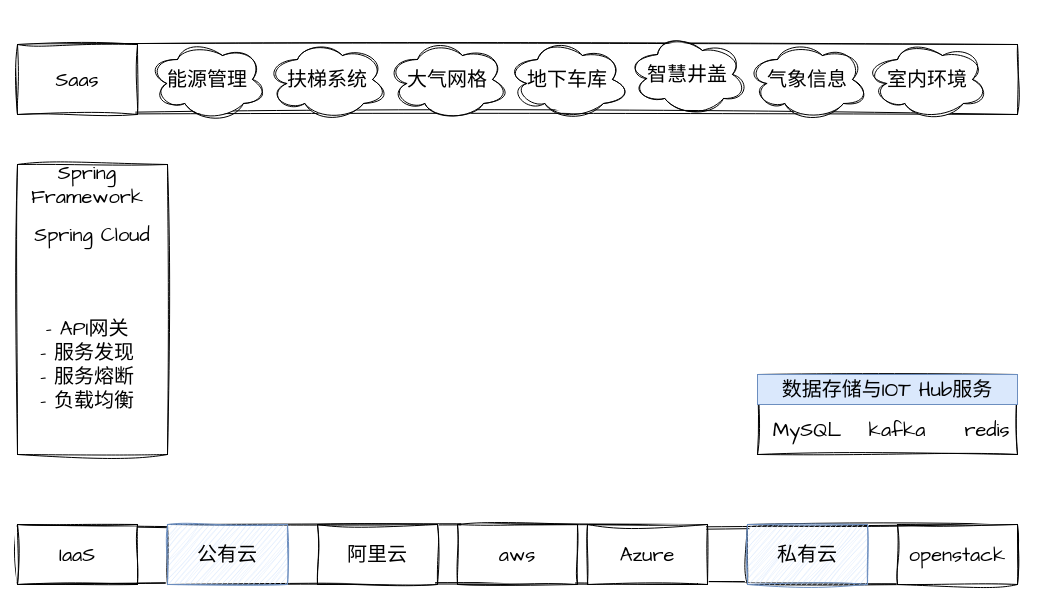
This is page "pass" (2 of 3) of qiwu.drawio from viking-wj/software, a draw.io file, before an edit. Source tidied: cells renumbered, new cells numbered last; positions are measured from the earlier drawing's top-left corner, leaving out a move shared by most shapes. Both pictures are drawn from the tidied source at 100%, with x=0, y=0 at pixel (17, 34).
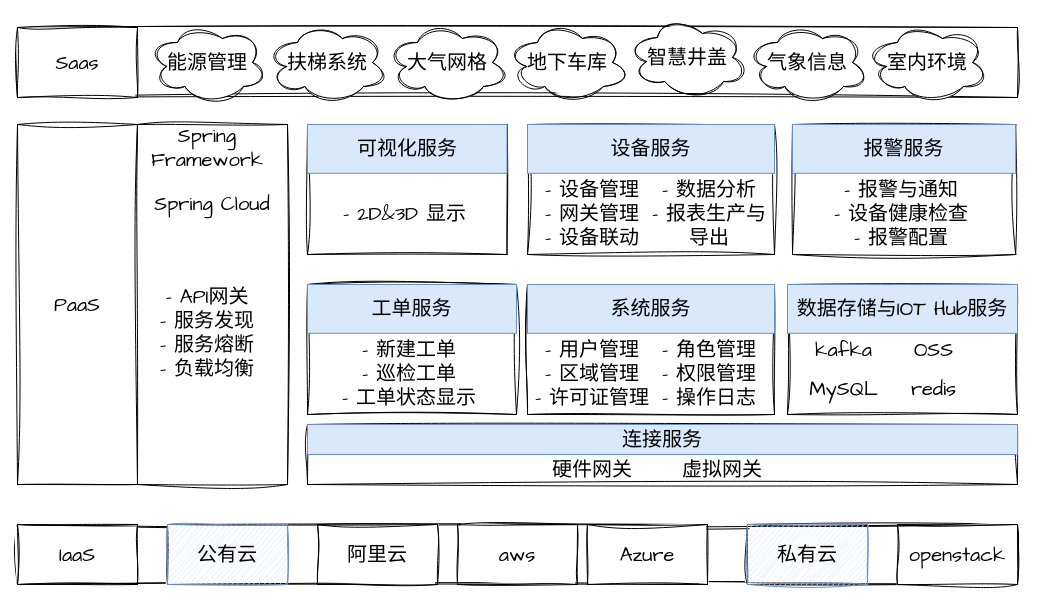
Above is the later version.

The edit, as a diff of the source:
```diff
@@
     <mxCell id="2" style="group;" parent="1" vertex="1">
-      <mxGeometry x="740" y="340" width="260" height="80" as="geometry" />
+      <mxGeometry x="770" y="250" width="230" height="130" as="geometry" />
     </mxCell>
     <mxCell id="3" style="rounded=0;whiteSpace=wrap;html=1;sketch=1;hachureGap=4;jiggle=2;curveFitting=1;fontFamily=Architects Daughter;fontSize=20;" parent="2" vertex="1">
-      <mxGeometry width="260" height="80" as="geometry" />
+      <mxGeometry width="230" height="130" as="geometry" />
     </mxCell>
     <mxCell id="4" value="MySQL" style="text;html=1;strokeColor=none;fillColor=none;align=center;verticalAlign=middle;whiteSpace=wrap;rounded=0;fontSize=20;fontFamily=Architects Daughter;" parent="2" vertex="1">
-      <mxGeometry x="20" y="40" width="60" height="30" as="geometry" />
+      <mxGeometry x="30" y="80" width="53.1" height="48.8" as="geometry" />
     </mxCell>
     <mxCell id="5" value="kafka" style="text;html=1;strokeColor=none;fillColor=none;align=center;verticalAlign=middle;whiteSpace=wrap;rounded=0;fontSize=20;fontFamily=Architects Daughter;" parent="2" vertex="1">
-      <mxGeometry x="110" y="40" width="60" height="30" as="geometry" />
+      <mxGeometry x="30" y="40.6" width="53.1" height="48.8" as="geometry" />
     </mxCell>
     <mxCell id="6" value="redis" style="text;html=1;strokeColor=none;fillColor=none;align=center;verticalAlign=middle;whiteSpace=wrap;rounded=0;fontSize=20;fontFamily=Architects Daughter;" parent="2" vertex="1">
-      <mxGeometry x="200" y="40" width="60" height="30" as="geometry" />
+      <mxGeometry x="120" y="80" width="53.1" height="48.8" as="geometry" />
     </mxCell>
     <mxCell id="7" value="数据存储与IOT Hub服务" style="text;html=1;strokeColor=#6c8ebf;fillColor=#dae8fc;align=center;verticalAlign=middle;whiteSpace=wrap;rounded=0;fontSize=20;fontFamily=Architects Daughter;" parent="2" vertex="1">
-      <mxGeometry width="260" height="30" as="geometry" />
+      <mxGeometry width="230" height="48.8" as="geometry" />
     </mxCell>
+    <mxCell id="34" value="OSS" style="text;html=1;strokeColor=none;fillColor=none;align=center;verticalAlign=middle;whiteSpace=wrap;rounded=0;fontSize=20;fontFamily=Architects Daughter;" parent="2" vertex="1">
+      <mxGeometry x="120" y="40.6" width="53.1" height="48.8" as="geometry" />
+    </mxCell>
     <mxCell id="8" style="group;" parent="1" vertex="1">
-      <mxGeometry y="130" width="150" height="299" as="geometry" />
+      <mxGeometry x="120" y="90" width="150" height="360" as="geometry" />
     </mxCell>
     <mxCell id="9" style="rounded=0;whiteSpace=wrap;html=1;sketch=1;hachureGap=4;jiggle=2;curveFitting=1;fontFamily=Architects Daughter;fontSize=20;" parent="8" vertex="1">
-      <mxGeometry width="150" height="290" as="geometry" />
+      <mxGeometry width="150" height="360" as="geometry" />
     </mxCell>
     <mxCell id="10" value="Spring Framework" style="text;html=1;strokeColor=none;fillColor=none;align=center;verticalAlign=middle;whiteSpace=wrap;rounded=0;fontSize=20;fontFamily=Architects Daughter;" parent="8" vertex="1">
-      <mxGeometry width="140" height="40" as="geometry" />
+      <mxGeometry width="140" height="45" as="geometry" />
     </mxCell>
     <mxCell id="11" value="- API网关&lt;br&gt;- 服务发现&lt;br&gt;- 服务熔断&lt;br&gt;- 负载均衡" style="text;html=1;strokeColor=none;fillColor=none;align=center;verticalAlign=middle;whiteSpace=wrap;rounded=0;fontSize=20;fontFamily=Architects Daughter;" parent="8" vertex="1">
-      <mxGeometry x="15" y="100" width="110" height="199" as="geometry" />
+      <mxGeometry x="15" y="112.5" width="110" height="191.2" as="geometry" />
     </mxCell>
     <mxCell id="12" value="Spring&amp;nbsp;Cloud" style="text;html=1;strokeColor=none;fillColor=none;align=center;verticalAlign=middle;whiteSpace=wrap;rounded=0;fontSize=20;fontFamily=Architects Daughter;" parent="8" vertex="1">
-      <mxGeometry x="5" y="50" width="140" height="40" as="geometry" />
+      <mxGeometry x="5" y="56.2" width="140" height="45" as="geometry" />
     </mxCell>
     <mxCell id="13" style="group;" parent="1" vertex="1">
-      <mxGeometry width="1000" height="85" as="geometry" />
+      <mxGeometry y="-17" width="1000" height="85" as="geometry" />
     </mxCell>
@@
+    <mxCell id="35" style="group;" parent="1" vertex="1">
+      <mxGeometry y="90" width="120" height="360" as="geometry" />
+    </mxCell>
+    <mxCell id="36" value="PaaS" style="rounded=0;whiteSpace=wrap;html=1;sketch=1;hachureGap=4;jiggle=2;curveFitting=1;fontFamily=Architects Daughter;fontSize=20;" parent="35" vertex="1">
+      <mxGeometry width="120" height="360" as="geometry" />
+    </mxCell>
+    <mxCell id="37" style="rounded=0;whiteSpace=wrap;html=1;sketch=1;hachureGap=4;jiggle=2;curveFitting=1;fontFamily=Architects Daughter;fontSize=20;" parent="1" vertex="1">
+      <mxGeometry x="290" y="390" width="710" height="60" as="geometry" />
+    </mxCell>
+    <mxCell id="38" value="连接服务" style="text;html=1;strokeColor=#6c8ebf;fillColor=#dae8fc;align=center;verticalAlign=middle;whiteSpace=wrap;rounded=0;fontSize=20;fontFamily=Architects Daughter;" parent="1" vertex="1">
+      <mxGeometry x="290" y="390" width="710" height="30" as="geometry" />
+    </mxCell>
+    <mxCell id="39" value="硬件网关" style="text;html=1;strokeColor=none;fillColor=none;align=center;verticalAlign=middle;whiteSpace=wrap;rounded=0;fontSize=20;fontFamily=Architects Daughter;" parent="1" vertex="1">
+      <mxGeometry x="530" y="420" width="90" height="30" as="geometry" />
+    </mxCell>
+    <mxCell id="40" value="虚拟网关" style="text;html=1;strokeColor=none;fillColor=none;align=center;verticalAlign=middle;whiteSpace=wrap;rounded=0;fontSize=20;fontFamily=Architects Daughter;" parent="1" vertex="1">
+      <mxGeometry x="660" y="420" width="90" height="30" as="geometry" />
+    </mxCell>
+    <mxCell id="41" style="group;" parent="1" vertex="1">
+      <mxGeometry x="290" y="90" width="210" height="130" as="geometry" />
+    </mxCell>
+    <mxCell id="42" style="rounded=0;whiteSpace=wrap;html=1;sketch=1;hachureGap=4;jiggle=2;curveFitting=1;fontFamily=Architects Daughter;fontSize=20;" parent="41" vertex="1">
+      <mxGeometry width="199.5" height="130" as="geometry" />
+    </mxCell>
+    <mxCell id="43" value="- 2D&amp;amp;3D 显示" style="text;html=1;strokeColor=none;fillColor=none;align=center;verticalAlign=middle;whiteSpace=wrap;rounded=0;fontSize=20;fontFamily=Architects Daughter;" parent="41" vertex="1">
+      <mxGeometry y="65" width="194.6" height="48.8" as="geometry" />
+    </mxCell>
+    <mxCell id="44" value="可视化服务" style="text;html=1;strokeColor=#6c8ebf;fillColor=#dae8fc;align=center;verticalAlign=middle;whiteSpace=wrap;rounded=0;fontSize=20;fontFamily=Architects Daughter;" parent="41" vertex="1">
+      <mxGeometry width="199.5" height="48.8" as="geometry" />
+    </mxCell>
+    <mxCell id="45" style="group;" parent="1" vertex="1">
+      <mxGeometry x="775" y="90" width="235" height="130" as="geometry" />
+    </mxCell>
+    <mxCell id="46" style="rounded=0;whiteSpace=wrap;html=1;sketch=1;hachureGap=4;jiggle=2;curveFitting=1;fontFamily=Architects Daughter;fontSize=20;" parent="45" vertex="1">
+      <mxGeometry width="223.2" height="130" as="geometry" />
+    </mxCell>
+    <mxCell id="47" value="- 报警与通知&lt;br&gt;- 设备健康检查&lt;br&gt;- 报警配置" style="text;html=1;strokeColor=none;fillColor=none;align=center;verticalAlign=middle;whiteSpace=wrap;rounded=0;fontSize=20;fontFamily=Architects Daughter;" parent="45" vertex="1">
+      <mxGeometry y="65" width="217.8" height="48.8" as="geometry" />
+    </mxCell>
+    <mxCell id="48" value="报警服务" style="text;html=1;strokeColor=#6c8ebf;fillColor=#dae8fc;align=center;verticalAlign=middle;whiteSpace=wrap;rounded=0;fontSize=20;fontFamily=Architects Daughter;" parent="45" vertex="1">
+      <mxGeometry width="223.2" height="48.8" as="geometry" />
+    </mxCell>
+    <mxCell id="49" style="group;" parent="1" vertex="1">
+      <mxGeometry x="290" y="250" width="220" height="130" as="geometry" />
+    </mxCell>
+    <mxCell id="50" style="rounded=0;whiteSpace=wrap;html=1;sketch=1;hachureGap=4;jiggle=2;curveFitting=1;fontFamily=Architects Daughter;fontSize=20;" parent="49" vertex="1">
+      <mxGeometry width="209" height="130" as="geometry" />
+    </mxCell>
+    <mxCell id="51" value="- 新建工单&lt;br&gt;- 巡检工单&lt;br&gt;- 工单状态显示" style="text;html=1;strokeColor=none;fillColor=none;align=center;verticalAlign=middle;whiteSpace=wrap;rounded=0;fontSize=20;fontFamily=Architects Daughter;" parent="49" vertex="1">
+      <mxGeometry y="48.8" width="203.9" height="81.2" as="geometry" />
+    </mxCell>
+    <mxCell id="52" value="工单服务" style="text;html=1;strokeColor=#6c8ebf;fillColor=#dae8fc;align=center;verticalAlign=middle;whiteSpace=wrap;rounded=0;fontSize=20;fontFamily=Architects Daughter;" parent="49" vertex="1">
+      <mxGeometry width="209" height="48.8" as="geometry" />
+    </mxCell>
+    <mxCell id="53" style="group;" parent="1" vertex="1">
+      <mxGeometry x="510" y="250" width="260" height="130" as="geometry" />
+    </mxCell>
+    <mxCell id="54" style="rounded=0;whiteSpace=wrap;html=1;sketch=1;hachureGap=4;jiggle=2;curveFitting=1;fontFamily=Architects Daughter;fontSize=20;" parent="53" vertex="1">
+      <mxGeometry width="247" height="130" as="geometry" />
+    </mxCell>
+    <mxCell id="55" value="- 用户管理&lt;br&gt;- 区域管理&lt;br&gt;- 许可证管理" style="text;html=1;strokeColor=none;fillColor=none;align=center;verticalAlign=middle;whiteSpace=wrap;rounded=0;fontSize=20;fontFamily=Architects Daughter;" parent="53" vertex="1">
+      <mxGeometry y="48.8" width="130" height="81.2" as="geometry" />
+    </mxCell>
+    <mxCell id="56" value="系统服务" style="text;html=1;strokeColor=#6c8ebf;fillColor=#dae8fc;align=center;verticalAlign=middle;whiteSpace=wrap;rounded=0;fontSize=20;fontFamily=Architects Daughter;" parent="53" vertex="1">
+      <mxGeometry width="247" height="48.8" as="geometry" />
+    </mxCell>
+    <mxCell id="57" value="- 角色管理&lt;br&gt;- 权限管理&lt;br&gt;- 操作日志" style="text;html=1;strokeColor=none;fillColor=none;align=center;verticalAlign=middle;whiteSpace=wrap;rounded=0;fontSize=20;fontFamily=Architects Daughter;" parent="53" vertex="1">
+      <mxGeometry x="117" y="48.8" width="130" height="81.2" as="geometry" />
+    </mxCell>
+    <mxCell id="58" style="group;" parent="1" vertex="1">
+      <mxGeometry x="510" y="90" width="260" height="130" as="geometry" />
+    </mxCell>
+    <mxCell id="59" style="rounded=0;whiteSpace=wrap;html=1;sketch=1;hachureGap=4;jiggle=2;curveFitting=1;fontFamily=Architects Daughter;fontSize=20;" parent="58" vertex="1">
+      <mxGeometry width="247" height="130" as="geometry" />
+    </mxCell>
+    <mxCell id="60" value="- 设备管理&lt;br&gt;- 网关管理&lt;br&gt;- 设备联动" style="text;html=1;strokeColor=none;fillColor=none;align=center;verticalAlign=middle;whiteSpace=wrap;rounded=0;fontSize=20;fontFamily=Architects Daughter;" parent="58" vertex="1">
+      <mxGeometry y="48.8" width="130" height="81.2" as="geometry" />
+    </mxCell>
+    <mxCell id="61" value="设备服务" style="text;html=1;strokeColor=#6c8ebf;fillColor=#dae8fc;align=center;verticalAlign=middle;whiteSpace=wrap;rounded=0;fontSize=20;fontFamily=Architects Daughter;" parent="58" vertex="1">
+      <mxGeometry width="247" height="48.8" as="geometry" />
+    </mxCell>
+    <mxCell id="62" value="- 数据分析&lt;br&gt;- 报表生产与导出" style="text;html=1;strokeColor=none;fillColor=none;align=center;verticalAlign=middle;whiteSpace=wrap;rounded=0;fontSize=20;fontFamily=Architects Daughter;" parent="58" vertex="1">
+      <mxGeometry x="117" y="48.8" width="130" height="81.2" as="geometry" />
+    </mxCell>
```
